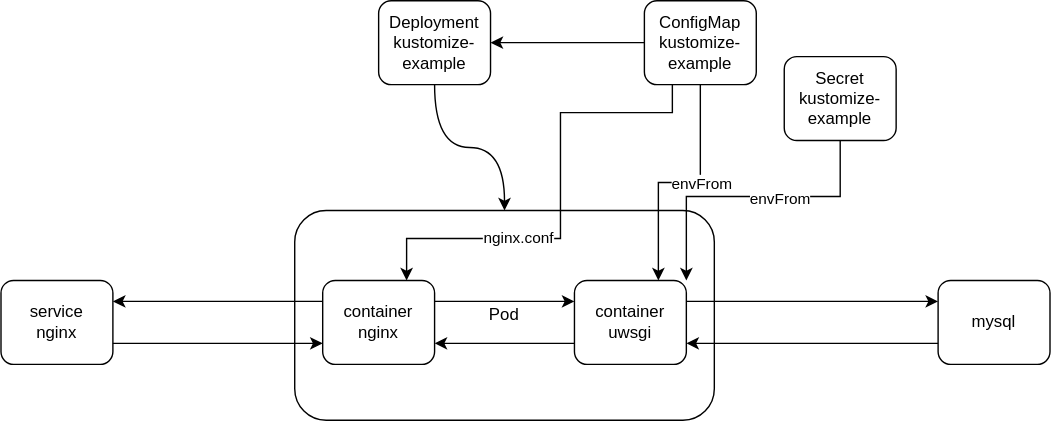
nakamasato/kubernetes-training keeps this draw.io diagram as helm-vs-kustomize/example-diagram.drawio.svg. Above is the earlier version. Source tidied: cells renumbered, new cells last; positions are measured from the earlier drawing's top-left corner, leaving out a move shared by most shapes. Its diagram source:
```xml
<mxGraphModel>
  <root>
    <mxCell id="0" />
    <mxCell id="1" parent="0" />
    <mxCell id="2" value="Pod" style="rounded=1;whiteSpace=wrap;html=1;" parent="1" vertex="1">
      <mxGeometry x="210" y="150" width="300" height="150" as="geometry" />
    </mxCell>
    <mxCell id="3" style="edgeStyle=orthogonalEdgeStyle;rounded=0;jettySize=auto;html=1;exitX=0;exitY=0.25;exitDx=0;exitDy=0;entryX=1;entryY=0.25;entryDx=0;entryDy=0;" parent="1" edge="1" source="5" target="10">
      <mxGeometry relative="1" as="geometry" />
    </mxCell>
    <mxCell id="4" style="edgeStyle=orthogonalEdgeStyle;rounded=0;jettySize=auto;html=1;entryX=0;entryY=0.25;entryDx=0;entryDy=0;exitX=1;exitY=0.25;exitDx=0;exitDy=0;" parent="1" edge="1" source="5" target="7">
      <mxGeometry relative="1" as="geometry" />
    </mxCell>
    <mxCell id="5" value="container&lt;br&gt;nginx" style="rounded=1;whiteSpace=wrap;html=1;" parent="1" vertex="1">
      <mxGeometry x="230" y="200" width="80" height="60" as="geometry" />
    </mxCell>
    <mxCell id="6" style="edgeStyle=orthogonalEdgeStyle;rounded=0;jettySize=auto;html=1;exitX=1;exitY=0.25;exitDx=0;exitDy=0;entryX=0;entryY=0.25;entryDx=0;entryDy=0;" parent="1" edge="1" source="7" target="8">
      <mxGeometry relative="1" as="geometry" />
    </mxCell>
    <mxCell id="7" value="container&lt;br&gt;uwsgi" style="rounded=1;whiteSpace=wrap;html=1;" parent="1" vertex="1">
      <mxGeometry x="410" y="200" width="80" height="60" as="geometry" />
    </mxCell>
    <mxCell id="8" value="mysql" style="rounded=1;whiteSpace=wrap;html=1;" parent="1" vertex="1">
      <mxGeometry x="670" y="200" width="80" height="60" as="geometry" />
    </mxCell>
    <mxCell id="9" style="edgeStyle=orthogonalEdgeStyle;rounded=0;jettySize=auto;html=1;exitX=0;exitY=0.75;exitDx=0;exitDy=0;entryX=1;entryY=0.75;entryDx=0;entryDy=0;" parent="1" edge="1" source="8" target="7">
      <mxGeometry relative="1" as="geometry" />
    </mxCell>
    <mxCell id="10" value="service&lt;br&gt;nginx" style="rounded=1;whiteSpace=wrap;html=1;" parent="1" vertex="1">
      <mxGeometry y="200" width="80" height="60" as="geometry" />
    </mxCell>
    <mxCell id="11" style="edgeStyle=orthogonalEdgeStyle;rounded=0;jettySize=auto;html=1;exitX=1;exitY=0.75;exitDx=0;exitDy=0;entryX=0;entryY=0.75;entryDx=0;entryDy=0;" parent="1" edge="1" source="10" target="5">
      <mxGeometry relative="1" as="geometry" />
    </mxCell>
    <mxCell id="12" style="edgeStyle=orthogonalEdgeStyle;rounded=0;jettySize=auto;html=1;curved=1;exitX=0.5;exitY=1;exitDx=0;exitDy=0;" parent="1" edge="1" source="13" target="2">
      <mxGeometry relative="1" as="geometry" />
    </mxCell>
    <mxCell id="13" value="Deployment&lt;br&gt;kustomize-example" style="rounded=1;whiteSpace=wrap;html=1;" parent="1" vertex="1">
      <mxGeometry x="270" width="80" height="60" as="geometry" />
    </mxCell>
    <mxCell id="14" style="edgeStyle=orthogonalEdgeStyle;rounded=0;jettySize=auto;html=1;entryX=1;entryY=0.75;entryDx=0;entryDy=0;exitX=0;exitY=0.75;exitDx=0;exitDy=0;" parent="1" edge="1" source="7" target="5">
      <mxGeometry relative="1" as="geometry" />
    </mxCell>
    <mxCell id="15" style="edgeStyle=orthogonalEdgeStyle;rounded=0;jettySize=auto;html=1;entryX=1;entryY=0.5;entryDx=0;entryDy=0;" parent="1" edge="1" source="18" target="13">
      <mxGeometry relative="1" as="geometry" />
    </mxCell>
    <mxCell id="16" style="edgeStyle=orthogonalEdgeStyle;rounded=0;jettySize=auto;html=1;entryX=0.75;entryY=0;entryDx=0;entryDy=0;" parent="1" edge="1" source="18" target="7">
      <mxGeometry relative="1" as="geometry" />
    </mxCell>
    <mxCell id="17" value="envFrom" style="edgeLabel;html=1;align=center;verticalAlign=middle;" parent="16" vertex="1">
      <mxGeometry x="-0.3" y="-1" relative="1" as="geometry">
        <mxPoint x="1" y="11" as="offset" />
      </mxGeometry>
    </mxCell>
    <mxCell id="18" value="ConfigMap&lt;br&gt;kustomize-example" style="rounded=1;whiteSpace=wrap;html=1;" parent="1" vertex="1">
      <mxGeometry x="460" width="80" height="60" as="geometry" />
    </mxCell>
    <mxCell id="19" value="nginx.conf" style="edgeStyle=orthogonalEdgeStyle;rounded=0;jettySize=auto;html=1;entryX=0.75;entryY=0;entryDx=0;entryDy=0;exitX=0.25;exitY=1;exitDx=0;exitDy=0;" parent="1" edge="1" source="18" target="5">
      <mxGeometry x="0.33" relative="1" as="geometry">
        <Array as="points">
          <mxPoint x="480" y="80" />
          <mxPoint x="400" y="80" />
          <mxPoint x="400" y="170" />
          <mxPoint x="290" y="170" />
        </Array>
      </mxGeometry>
    </mxCell>
    <mxCell id="20" style="edgeStyle=orthogonalEdgeStyle;rounded=0;jettySize=auto;html=1;entryX=1;entryY=0;entryDx=0;entryDy=0;" parent="1" edge="1" source="22" target="7">
      <mxGeometry relative="1" as="geometry">
        <Array as="points">
          <mxPoint x="600" y="140" />
          <mxPoint x="490" y="140" />
        </Array>
      </mxGeometry>
    </mxCell>
    <mxCell id="21" value="envFrom" style="edgeLabel;html=1;align=center;verticalAlign=middle;" parent="20" vertex="1">
      <mxGeometry x="-0.2" y="1" relative="1" as="geometry" />
    </mxCell>
    <mxCell id="22" value="Secret&lt;br&gt;kustomize-example" style="rounded=1;whiteSpace=wrap;html=1;" parent="1" vertex="1">
      <mxGeometry x="560" y="40" width="80" height="60" as="geometry" />
    </mxCell>
  </root>
</mxGraphModel>
```
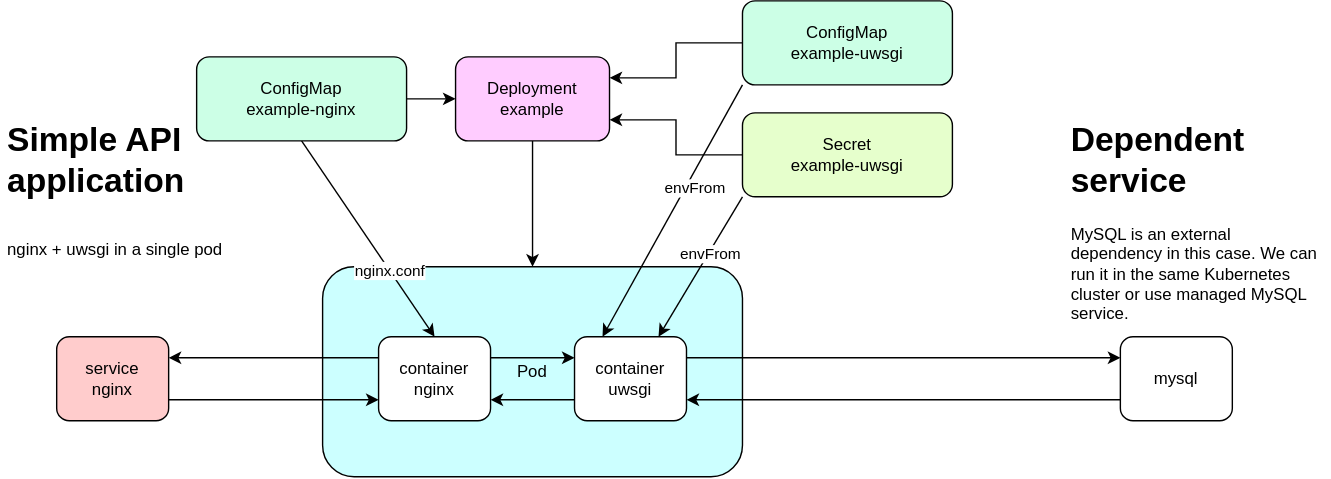
After the change.

Change to the diagram source:
```diff
@@ -2,7 +2,7 @@
   <root>
     <mxCell id="0" />
     <mxCell id="1" parent="0" />
-    <mxCell id="2" value="Pod" style="rounded=1;whiteSpace=wrap;html=1;" parent="1" vertex="1">
+    <mxCell id="2" value="Pod" style="rounded=1;whiteSpace=wrap;html=1;fillColor=#CCFFFF;" parent="1" vertex="1">
       <mxGeometry x="210" y="150" width="300" height="150" as="geometry" />
     </mxCell>
     <mxCell id="3" style="edgeStyle=orthogonalEdgeStyle;rounded=0;jettySize=auto;html=1;exitX=0;exitY=0.25;exitDx=0;exitDy=0;entryX=1;entryY=0.25;entryDx=0;entryDy=0;" parent="1" edge="1" source="5" target="10">
@@ -12,22 +12,22 @@
       <mxGeometry relative="1" as="geometry" />
     </mxCell>
     <mxCell id="5" value="container&lt;br&gt;nginx" style="rounded=1;whiteSpace=wrap;html=1;" parent="1" vertex="1">
-      <mxGeometry x="230" y="200" width="80" height="60" as="geometry" />
+      <mxGeometry x="250" y="200" width="80" height="60" as="geometry" />
     </mxCell>
     <mxCell id="6" style="edgeStyle=orthogonalEdgeStyle;rounded=0;jettySize=auto;html=1;exitX=1;exitY=0.25;exitDx=0;exitDy=0;entryX=0;entryY=0.25;entryDx=0;entryDy=0;" parent="1" edge="1" source="7" target="8">
       <mxGeometry relative="1" as="geometry" />
     </mxCell>
     <mxCell id="7" value="container&lt;br&gt;uwsgi" style="rounded=1;whiteSpace=wrap;html=1;" parent="1" vertex="1">
-      <mxGeometry x="410" y="200" width="80" height="60" as="geometry" />
+      <mxGeometry x="390" y="200" width="80" height="60" as="geometry" />
     </mxCell>
     <mxCell id="8" value="mysql" style="rounded=1;whiteSpace=wrap;html=1;" parent="1" vertex="1">
-      <mxGeometry x="670" y="200" width="80" height="60" as="geometry" />
+      <mxGeometry x="780" y="200" width="80" height="60" as="geometry" />
     </mxCell>
     <mxCell id="9" style="edgeStyle=orthogonalEdgeStyle;rounded=0;jettySize=auto;html=1;exitX=0;exitY=0.75;exitDx=0;exitDy=0;entryX=1;entryY=0.75;entryDx=0;entryDy=0;" parent="1" edge="1" source="8" target="7">
       <mxGeometry relative="1" as="geometry" />
     </mxCell>
-    <mxCell id="10" value="service&lt;br&gt;nginx" style="rounded=1;whiteSpace=wrap;html=1;" parent="1" vertex="1">
-      <mxGeometry y="200" width="80" height="60" as="geometry" />
+    <mxCell id="10" value="service&lt;br&gt;nginx" style="rounded=1;whiteSpace=wrap;html=1;fillColor=#FFCCCC;" parent="1" vertex="1">
+      <mxGeometry x="20" y="200" width="80" height="60" as="geometry" />
     </mxCell>
     <mxCell id="11" style="edgeStyle=orthogonalEdgeStyle;rounded=0;jettySize=auto;html=1;exitX=1;exitY=0.75;exitDx=0;exitDy=0;entryX=0;entryY=0.75;entryDx=0;entryDy=0;" parent="1" edge="1" source="10" target="5">
       <mxGeometry relative="1" as="geometry" />
@@ -35,16 +35,16 @@
     <mxCell id="12" style="edgeStyle=orthogonalEdgeStyle;rounded=0;jettySize=auto;html=1;curved=1;exitX=0.5;exitY=1;exitDx=0;exitDy=0;" parent="1" edge="1" source="13" target="2">
       <mxGeometry relative="1" as="geometry" />
     </mxCell>
-    <mxCell id="13" value="Deployment&lt;br&gt;kustomize-example" style="rounded=1;whiteSpace=wrap;html=1;" parent="1" vertex="1">
-      <mxGeometry x="270" width="80" height="60" as="geometry" />
+    <mxCell id="13" value="Deployment&lt;br&gt;example" style="rounded=1;whiteSpace=wrap;html=1;fillColor=#FFCCFF;" parent="1" vertex="1">
+      <mxGeometry x="305" width="110" height="60" as="geometry" />
     </mxCell>
     <mxCell id="14" style="edgeStyle=orthogonalEdgeStyle;rounded=0;jettySize=auto;html=1;entryX=1;entryY=0.75;entryDx=0;entryDy=0;exitX=0;exitY=0.75;exitDx=0;exitDy=0;" parent="1" edge="1" source="7" target="5">
       <mxGeometry relative="1" as="geometry" />
     </mxCell>
-    <mxCell id="15" style="edgeStyle=orthogonalEdgeStyle;rounded=0;jettySize=auto;html=1;entryX=1;entryY=0.5;entryDx=0;entryDy=0;" parent="1" edge="1" source="18" target="13">
+    <mxCell id="15" style="edgeStyle=orthogonalEdgeStyle;rounded=0;jettySize=auto;html=1;entryX=1;entryY=0.25;entryDx=0;entryDy=0;" parent="1" edge="1" source="18" target="13">
       <mxGeometry relative="1" as="geometry" />
     </mxCell>
-    <mxCell id="16" style="edgeStyle=orthogonalEdgeStyle;rounded=0;jettySize=auto;html=1;entryX=0.75;entryY=0;entryDx=0;entryDy=0;" parent="1" edge="1" source="18" target="7">
+    <mxCell id="16" style="rounded=0;jettySize=auto;html=1;entryX=0.25;entryY=0;entryDx=0;entryDy=0;exitX=0;exitY=1;exitDx=0;exitDy=0;" parent="1" edge="1" source="18" target="7">
       <mxGeometry relative="1" as="geometry" />
     </mxCell>
     <mxCell id="17" value="envFrom" style="edgeLabel;html=1;align=center;verticalAlign=middle;" parent="16" vertex="1">
@@ -52,32 +52,35 @@
         <mxPoint x="1" y="11" as="offset" />
       </mxGeometry>
     </mxCell>
-    <mxCell id="18" value="ConfigMap&lt;br&gt;kustomize-example" style="rounded=1;whiteSpace=wrap;html=1;" parent="1" vertex="1">
-      <mxGeometry x="460" width="80" height="60" as="geometry" />
+    <mxCell id="18" value="ConfigMap&lt;br&gt;example-uwsgi" style="rounded=1;whiteSpace=wrap;html=1;fillColor=#CCFFE6;" parent="1" vertex="1">
+      <mxGeometry x="510" y="-40" width="150" height="60" as="geometry" />
     </mxCell>
-    <mxCell id="19" value="nginx.conf" style="edgeStyle=orthogonalEdgeStyle;rounded=0;jettySize=auto;html=1;entryX=0.75;entryY=0;entryDx=0;entryDy=0;exitX=0.25;exitY=1;exitDx=0;exitDy=0;" parent="1" edge="1" source="18" target="5">
-      <mxGeometry x="0.33" relative="1" as="geometry">
-        <Array as="points">
-          <mxPoint x="480" y="80" />
-          <mxPoint x="400" y="80" />
-          <mxPoint x="400" y="170" />
-          <mxPoint x="290" y="170" />
-        </Array>
-      </mxGeometry>
+    <mxCell id="19" value="nginx.conf" style="rounded=0;jettySize=auto;html=1;entryX=0.5;entryY=0;entryDx=0;entryDy=0;exitX=0.5;exitY=1;exitDx=0;exitDy=0;" parent="1" edge="1" source="25" target="5">
+      <mxGeometry x="0.33" relative="1" as="geometry" />
     </mxCell>
-    <mxCell id="20" style="edgeStyle=orthogonalEdgeStyle;rounded=0;jettySize=auto;html=1;entryX=1;entryY=0;entryDx=0;entryDy=0;" parent="1" edge="1" source="22" target="7">
-      <mxGeometry relative="1" as="geometry">
-        <Array as="points">
-          <mxPoint x="600" y="140" />
-          <mxPoint x="490" y="140" />
-        </Array>
-      </mxGeometry>
+    <mxCell id="20" style="rounded=0;jettySize=auto;html=1;entryX=0.75;entryY=0;entryDx=0;entryDy=0;exitX=0;exitY=1;exitDx=0;exitDy=0;" parent="1" edge="1" source="22" target="7">
+      <mxGeometry relative="1" as="geometry" />
     </mxCell>
     <mxCell id="21" value="envFrom" style="edgeLabel;html=1;align=center;verticalAlign=middle;" parent="20" vertex="1">
       <mxGeometry x="-0.2" y="1" relative="1" as="geometry" />
     </mxCell>
+    <mxCell id="23" style="edgeStyle=orthogonalEdgeStyle;rounded=0;jettySize=auto;html=1;entryX=1;entryY=0.75;entryDx=0;entryDy=0;" parent="1" edge="1" source="22" target="13">
+      <mxGeometry relative="1" as="geometry" />
+    </mxCell>
-    <mxCell id="22" value="Secret&lt;br&gt;kustomize-example" style="rounded=1;whiteSpace=wrap;html=1;" parent="1" vertex="1">
-      <mxGeometry x="560" y="40" width="80" height="60" as="geometry" />
+    <mxCell id="22" value="Secret&lt;br&gt;example-uwsgi" style="rounded=1;whiteSpace=wrap;html=1;fillColor=#E6FFCC;" parent="1" vertex="1">
+      <mxGeometry x="510" y="40" width="150" height="60" as="geometry" />
     </mxCell>
+    <mxCell id="24" style="edgeStyle=orthogonalEdgeStyle;rounded=0;jettySize=auto;html=1;entryX=0;entryY=0.5;entryDx=0;entryDy=0;" parent="1" edge="1" source="25" target="13">
+      <mxGeometry relative="1" as="geometry" />
+    </mxCell>
+    <mxCell id="25" value="ConfigMap&lt;br&gt;example-nginx" style="rounded=1;whiteSpace=wrap;html=1;fillColor=#CCFFE6;" parent="1" vertex="1">
+      <mxGeometry x="120" width="150" height="60" as="geometry" />
+    </mxCell>
+    <mxCell id="26" value="&lt;h1&gt;Dependent service&lt;/h1&gt;&lt;p&gt;MySQL is an external dependency in this case. We can run it in the same Kubernetes cluster or use managed MySQL service.&lt;/p&gt;" style="text;html=1;strokeColor=none;fillColor=none;spacing=5;spacingTop=-20;whiteSpace=wrap;overflow=hidden;rounded=0;" parent="1" vertex="1">
+      <mxGeometry x="740" y="40" width="190" height="160" as="geometry" />
+    </mxCell>
+    <mxCell id="27" value="&lt;h1&gt;&lt;span&gt;Simple API application&lt;/span&gt;&lt;/h1&gt;&lt;h1&gt;&lt;span style=&quot;font-size: 12px ; font-weight: 400&quot;&gt;nginx + uwsgi in a single pod&lt;/span&gt;&lt;/h1&gt;" style="text;html=1;strokeColor=none;fillColor=none;spacing=5;spacingTop=-20;whiteSpace=wrap;overflow=hidden;rounded=0;" parent="1" vertex="1">
+      <mxGeometry x="-20" y="40" width="190" height="120" as="geometry" />
+    </mxCell>
   </root>
 </mxGraphModel>
```
